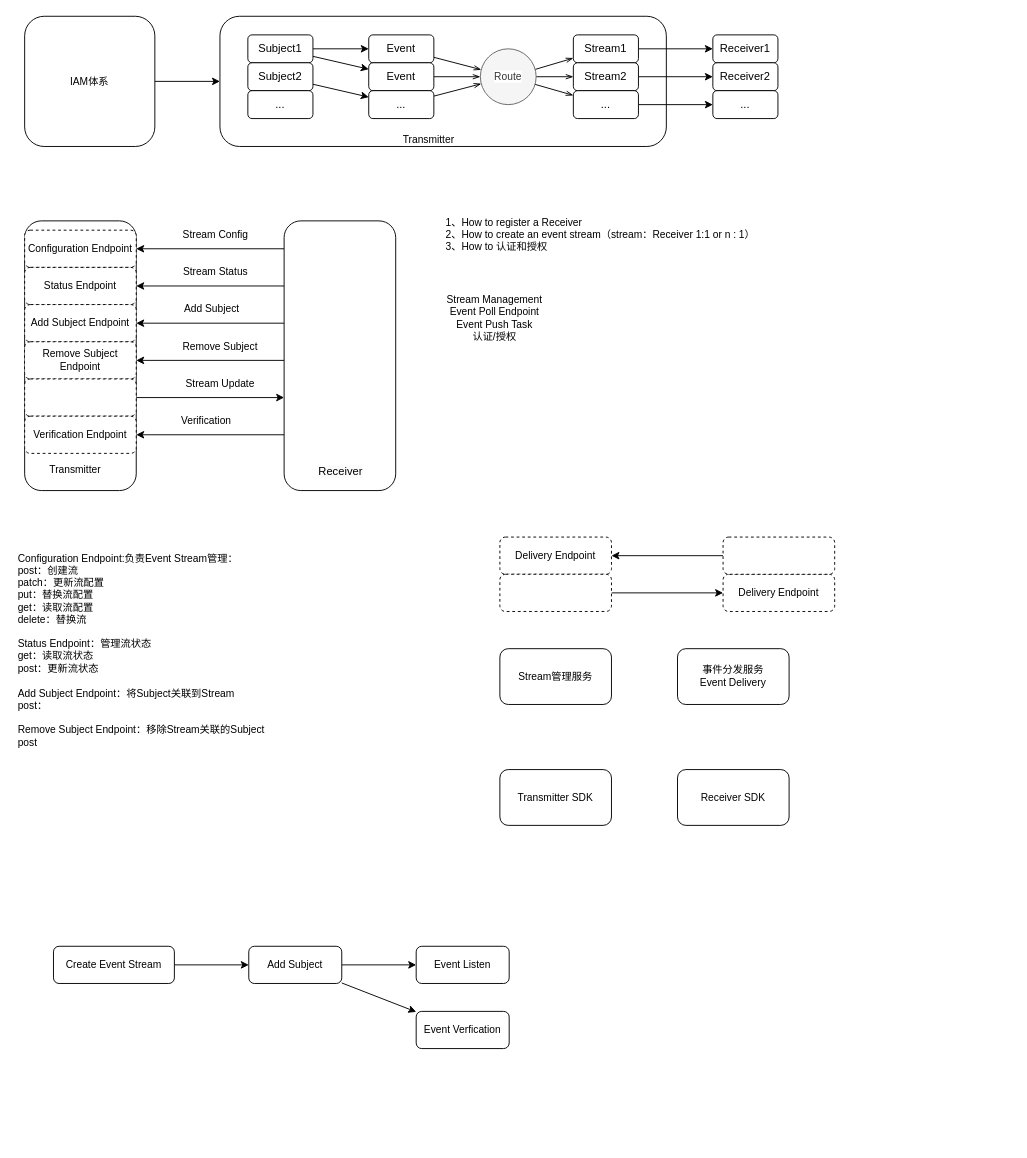
yamilinqh/spicedb keeps this draw.io diagram as sharedsignals.drawio. Above is the earlier version. Source tidied: cells renumbered, new cells numbered last; positions are measured from the earlier drawing's top-left corner, leaving out a move shared by most shapes. Both pictures are drawn from the tidied source at 93%, with x=0, y=0 at pixel (16, 16).
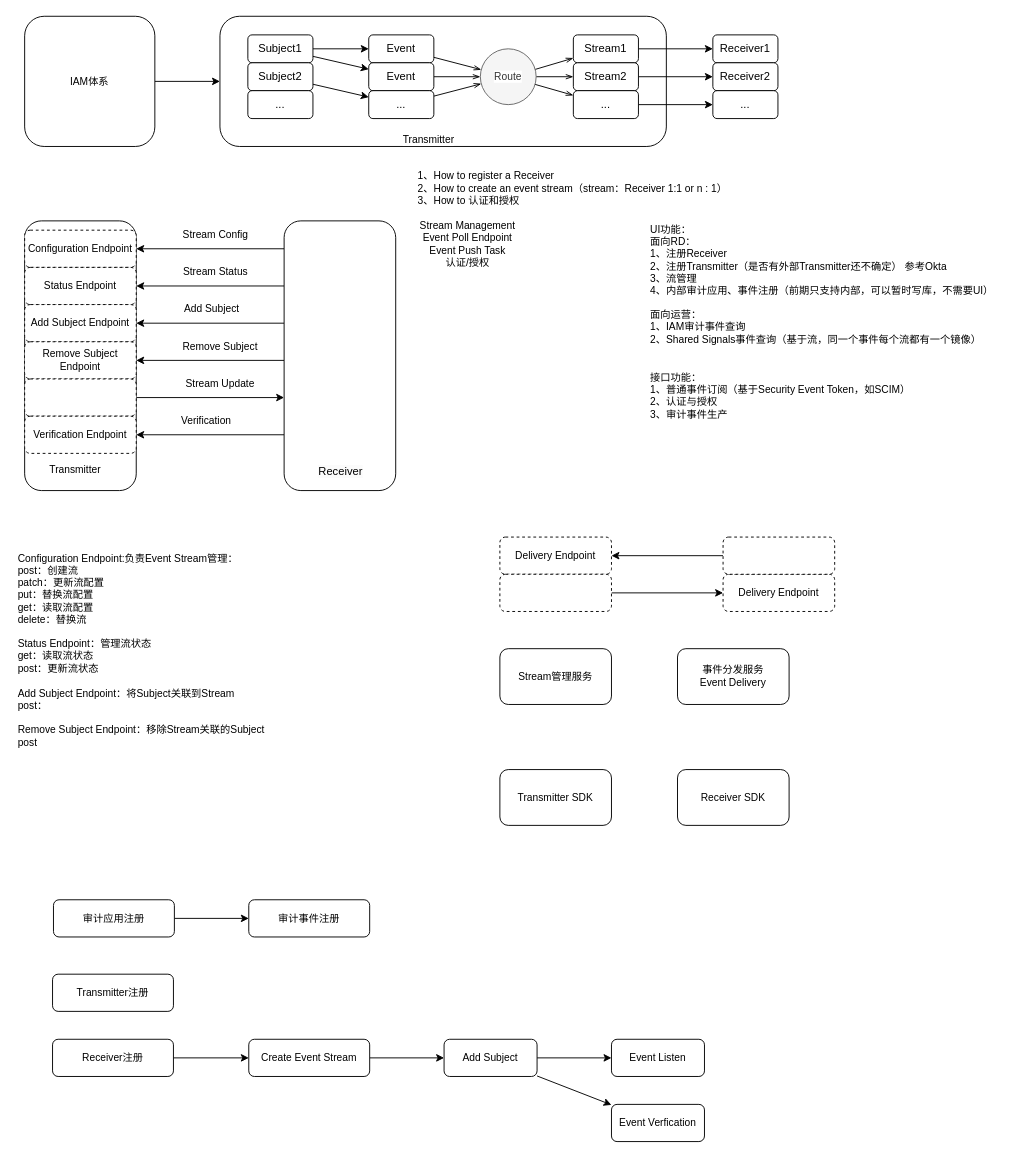
The same page after the edit.

Diff of the diagram source:
```diff
@@
     <mxCell id="59" value="Stream Management&lt;br&gt;Event Poll Endpoint&lt;br&gt;Event Push Task&lt;br&gt;认证/授权" style="text;html=1;align=center;verticalAlign=middle;strokeColor=none;fillColor=none;fontFamily=Helvetica;fontSize=11;fontColor=default;labelBackgroundColor=default;" parent="1" vertex="1">
-      <mxGeometry x="449" y="290" width="130" height="70" as="geometry" />
+      <mxGeometry x="420" y="210" width="130" height="70" as="geometry" />
     </mxCell>
@@
     <mxCell id="62" value="1、How to register a Receiver&lt;br&gt;2、How to create an event stream（stream：Receiver 1:1 or n : 1）&lt;br&gt;3、How to 认证和授权" style="text;html=1;align=left;verticalAlign=middle;whiteSpace=wrap;rounded=0;fontFamily=Helvetica;fontSize=11;fontColor=default;labelBackgroundColor=default;" parent="1" vertex="1">
-      <mxGeometry x="460" y="220" width="420" height="30" as="geometry" />
+      <mxGeometry x="430" y="170" width="420" height="30" as="geometry" />
     </mxCell>
@@
     <mxCell id="74" value="Create Event Stream" style="rounded=1;whiteSpace=wrap;html=1;fontFamily=Helvetica;fontSize=11;fontColor=default;labelBackgroundColor=default;" parent="1" vertex="1">
-      <mxGeometry x="40" y="1000" width="130" height="40" as="geometry" />
+      <mxGeometry x="250" y="1100" width="130" height="40" as="geometry" />
     </mxCell>
@@
     <mxCell id="77" value="Add Subject" style="rounded=1;whiteSpace=wrap;html=1;fontFamily=Helvetica;fontSize=11;fontColor=default;labelBackgroundColor=default;" parent="1" vertex="1">
-      <mxGeometry x="250" y="1000" width="100" height="40" as="geometry" />
+      <mxGeometry x="460" y="1100" width="100" height="40" as="geometry" />
     </mxCell>
     <mxCell id="78" value="Event Listen" style="rounded=1;whiteSpace=wrap;html=1;fontFamily=Helvetica;fontSize=11;fontColor=default;labelBackgroundColor=default;" parent="1" vertex="1">
-      <mxGeometry x="430" y="1000" width="100" height="40" as="geometry" />
+      <mxGeometry x="640" y="1100" width="100" height="40" as="geometry" />
     </mxCell>
     <mxCell id="79" value="Event Verfication" style="rounded=1;whiteSpace=wrap;html=1;fontFamily=Helvetica;fontSize=11;fontColor=default;labelBackgroundColor=default;" parent="1" vertex="1">
-      <mxGeometry x="430" y="1070" width="100" height="40" as="geometry" />
+      <mxGeometry x="640" y="1170" width="100" height="40" as="geometry" />
     </mxCell>
+    <mxCell id="80" value="UI功能：&lt;br&gt;面向RD：&lt;br&gt;1、注册Receiver&lt;br&gt;2、注册Transmitter（是否有外部Transmitter还不确定） 参考Okta&lt;br&gt;3、流管理&lt;br&gt;4、内部审计应用、事件注册（前期只支持内部，可以暂时写库，不需要UI）&lt;br&gt;&lt;br&gt;面向运营：&lt;br&gt;1、IAM审计事件查询&lt;br&gt;2、Shared Signals事件查询（基于流，同一个事件每个流都有一个镜像）&lt;div&gt;&lt;br&gt;&lt;/div&gt;" style="text;html=1;align=left;verticalAlign=middle;strokeColor=none;fillColor=none;fontFamily=Helvetica;fontSize=11;fontColor=default;labelBackgroundColor=default;" parent="1" vertex="1">
+      <mxGeometry x="680" y="215" width="390" height="160" as="geometry" />
+    </mxCell>
+    <mxCell id="81" value="接口功能：&lt;br&gt;1、普通事件订阅（基于Security Event Token，如SCIM）&lt;br&gt;2、认证与授权&lt;br&gt;3、审计事件生产&lt;br&gt;&lt;div&gt;&lt;br&gt;&lt;/div&gt;" style="text;html=1;align=left;verticalAlign=middle;strokeColor=none;fillColor=none;fontFamily=Helvetica;fontSize=11;fontColor=default;labelBackgroundColor=default;" parent="1" vertex="1">
+      <mxGeometry x="680" y="375" width="300" height="80" as="geometry" />
+    </mxCell>
+    <mxCell id="82" style="edgeStyle=none;shape=connector;rounded=0;jettySize=auto;html=1;strokeColor=default;align=center;verticalAlign=middle;fontFamily=Helvetica;fontSize=11;fontColor=default;labelBackgroundColor=default;endArrow=classic;" parent="1" edge="1" source="83" target="84">
+      <mxGeometry relative="1" as="geometry" />
+    </mxCell>
+    <mxCell id="83" value="审计应用注册" style="rounded=1;whiteSpace=wrap;html=1;fontFamily=Helvetica;fontSize=11;fontColor=default;labelBackgroundColor=default;" parent="1" vertex="1">
+      <mxGeometry x="40" y="950" width="130" height="40" as="geometry" />
+    </mxCell>
+    <mxCell id="84" value="审计事件注册" style="rounded=1;whiteSpace=wrap;html=1;fontFamily=Helvetica;fontSize=11;fontColor=default;labelBackgroundColor=default;" parent="1" vertex="1">
+      <mxGeometry x="250" y="950" width="130" height="40" as="geometry" />
+    </mxCell>
+    <mxCell id="85" value="Transmitter注册" style="rounded=1;whiteSpace=wrap;html=1;fontFamily=Helvetica;fontSize=11;fontColor=default;labelBackgroundColor=default;" parent="1" vertex="1">
+      <mxGeometry x="39" y="1030" width="130" height="40" as="geometry" />
+    </mxCell>
+    <mxCell id="86" style="edgeStyle=none;shape=connector;rounded=0;jettySize=auto;html=1;strokeColor=default;align=center;verticalAlign=middle;fontFamily=Helvetica;fontSize=11;fontColor=default;labelBackgroundColor=default;endArrow=classic;" parent="1" edge="1" source="87" target="74">
+      <mxGeometry relative="1" as="geometry" />
+    </mxCell>
+    <mxCell id="87" value="Receiver注册" style="rounded=1;whiteSpace=wrap;html=1;fontFamily=Helvetica;fontSize=11;fontColor=default;labelBackgroundColor=default;" parent="1" vertex="1">
+      <mxGeometry x="39" y="1100" width="130" height="40" as="geometry" />
+    </mxCell>
```
